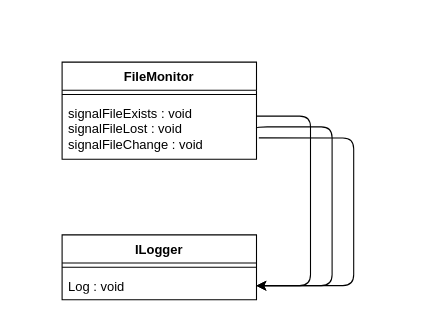
Earlier version of the draw.io diagram Lab1/UML/UML_signals_slots.drawio (Rainyyyyyyyyyyy/Techn_progr). Source tidied: cells renumbered, new cells numbered last; positions are measured from the earlier drawing's top-left corner, leaving out a move shared by most shapes. Both pictures are drawn from the tidied source at 108%, with x=0, y=0 at pixel (62, 62).
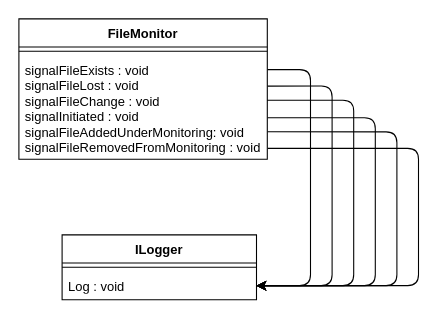
After the change.

Unchanged cells that the change refers to:
```xml
<mxCell id="7" value="&lt;div&gt;Log : void&lt;/div&gt;" style="text;strokeColor=none;fillColor=none;align=left;verticalAlign=top;spacingLeft=4;spacingRight=4;overflow=hidden;points=[[0,0.5],[1,0.5]];portConstraint=eastwest;whiteSpace=wrap;html=1;" parent="5" vertex="1">
  <mxGeometry y="34" width="180" height="26" as="geometry" />
</mxCell>
```

What changed in the source:
```diff
@@
     <mxCell id="2" value="FileMonitor" style="swimlane;fontStyle=1;align=center;verticalAlign=top;horizontal=1;startSize=26;whiteSpace=wrap;html=1;" parent="1" vertex="1">
-      <mxGeometry width="180" height="90" as="geometry" />
+      <mxGeometry x="-40" y="-40" width="230" height="130" as="geometry" />
     </mxCell>
     <mxCell id="3" style="line;strokeWidth=1;fillColor=none;align=left;verticalAlign=middle;spacingTop=-1;spacingLeft=3;spacingRight=3;labelPosition=right;strokeColor=inherit;" parent="2" vertex="1">
-      <mxGeometry y="26" width="180" height="8" as="geometry" />
+      <mxGeometry y="26" width="230" height="8" as="geometry" />
     </mxCell>
-    <mxCell id="4" value="&lt;div&gt;signalFileExists : void&lt;/div&gt;&lt;div&gt;signalFileLost : void&lt;/div&gt;&lt;div&gt;signalFileChange : void&lt;/div&gt;" style="text;strokeColor=none;fillColor=none;align=left;verticalAlign=top;spacingLeft=4;spacingRight=4;overflow=hidden;points=[[0,0.5],[1,0.5]];portConstraint=eastwest;whiteSpace=wrap;html=1;" parent="2" vertex="1">
-      <mxGeometry y="34" width="180" height="56" as="geometry" />
+    <mxCell id="4" value="&lt;div&gt;signalFileExists : void&lt;/div&gt;&lt;div&gt;signalFileLost : void&lt;/div&gt;&lt;div&gt;signalFileChange : void&lt;/div&gt;&lt;div&gt;signalInitiated : void&lt;/div&gt;&lt;div&gt;signalFileAddedUnderMonitoring: void&lt;/div&gt;&lt;div&gt;signalFileRemovedFromMonitoring : void&lt;/div&gt;" style="text;strokeColor=none;fillColor=none;align=left;verticalAlign=top;spacingLeft=4;spacingRight=4;overflow=hidden;points=[[0,0.5],[1,0.5]];portConstraint=eastwest;whiteSpace=wrap;html=1;" parent="2" vertex="1">
+      <mxGeometry y="34" width="230" height="96" as="geometry" />
     </mxCell>
@@
-    <mxCell id="8" style="edgeStyle=orthogonalEdgeStyle;rounded=1;jettySize=auto;html=1;entryX=1;entryY=0.5;entryDx=0;entryDy=0;curved=0;exitX=1;exitY=0.286;exitDx=0;exitDy=0;exitPerimeter=0;" parent="1" edge="1" source="4" target="7">
+    <mxCell id="8" style="edgeStyle=orthogonalEdgeStyle;rounded=1;jettySize=auto;html=1;entryX=1;entryY=0.5;entryDx=0;entryDy=0;curved=0;exitX=1.001;exitY=0.135;exitDx=0;exitDy=0;exitPerimeter=0;" parent="1" edge="1" source="4" target="7">
       <mxGeometry relative="1" as="geometry">
         <Array as="points">
-          <mxPoint x="230" y="50" />
+          <mxPoint x="230" y="7" />
           <mxPoint x="230" y="207" />
         </Array>
       </mxGeometry>
     </mxCell>
-    <mxCell id="9" style="edgeStyle=orthogonalEdgeStyle;rounded=1;jettySize=auto;html=1;exitX=1.012;exitY=0.646;exitDx=0;exitDy=0;entryX=1;entryY=0.5;entryDx=0;entryDy=0;curved=0;exitPerimeter=0;" parent="1" edge="1" source="4" target="7">
+    <mxCell id="9" style="edgeStyle=orthogonalEdgeStyle;rounded=1;jettySize=auto;html=1;exitX=0.999;exitY=0.43;exitDx=0;exitDy=0;entryX=1;entryY=0.5;entryDx=0;entryDy=0;curved=0;exitPerimeter=0;" parent="1" edge="1" source="4" target="7">
       <mxGeometry relative="1" as="geometry">
         <Array as="points">
-          <mxPoint x="270" y="70" />
+          <mxPoint x="270" y="35" />
           <mxPoint x="270" y="207" />
         </Array>
       </mxGeometry>
     </mxCell>
-    <mxCell id="10" style="edgeStyle=orthogonalEdgeStyle;rounded=1;jettySize=auto;html=1;exitX=1;exitY=0.5;exitDx=0;exitDy=0;entryX=1;entryY=0.5;entryDx=0;entryDy=0;curved=0;" parent="1" edge="1" source="4" target="7">
+    <mxCell id="10" style="edgeStyle=orthogonalEdgeStyle;rounded=1;jettySize=auto;html=1;exitX=1.001;exitY=0.294;exitDx=0;exitDy=0;entryX=1;entryY=0.5;entryDx=0;entryDy=0;curved=0;exitPerimeter=0;" parent="1" edge="1" source="4" target="7">
       <mxGeometry relative="1" as="geometry">
         <Array as="points">
-          <mxPoint x="180" y="60" />
-          <mxPoint x="250" y="60" />
+          <mxPoint x="250" y="22" />
           <mxPoint x="250" y="207" />
         </Array>
       </mxGeometry>
     </mxCell>
+    <mxCell id="11" style="edgeStyle=orthogonalEdgeStyle;rounded=1;jettySize=auto;html=1;exitX=1.001;exitY=0.6;exitDx=0;exitDy=0;entryX=1;entryY=0.5;entryDx=0;entryDy=0;curved=0;exitPerimeter=0;" parent="1" edge="1" source="4" target="7">
+      <mxGeometry relative="1" as="geometry">
+        <Array as="points">
+          <mxPoint x="290" y="52" />
+          <mxPoint x="290" y="207" />
+        </Array>
+      </mxGeometry>
+    </mxCell>
+    <mxCell id="12" style="edgeStyle=orthogonalEdgeStyle;rounded=1;jettySize=auto;html=1;exitX=1.001;exitY=0.735;exitDx=0;exitDy=0;entryX=1;entryY=0.5;entryDx=0;entryDy=0;curved=0;exitPerimeter=0;" parent="1" edge="1" source="4" target="7">
+      <mxGeometry relative="1" as="geometry">
+        <Array as="points">
+          <mxPoint x="310" y="65" />
+          <mxPoint x="310" y="207" />
+        </Array>
+      </mxGeometry>
+    </mxCell>
+    <mxCell id="13" style="edgeStyle=orthogonalEdgeStyle;rounded=1;jettySize=auto;html=1;entryX=1;entryY=0.5;entryDx=0;entryDy=0;curved=0;exitX=1.002;exitY=0.895;exitDx=0;exitDy=0;exitPerimeter=0;" parent="1" edge="1" source="4" target="7">
+      <mxGeometry relative="1" as="geometry">
+        <Array as="points">
+          <mxPoint x="330" y="80" />
+          <mxPoint x="330" y="207" />
+        </Array>
+      </mxGeometry>
+    </mxCell>
```
